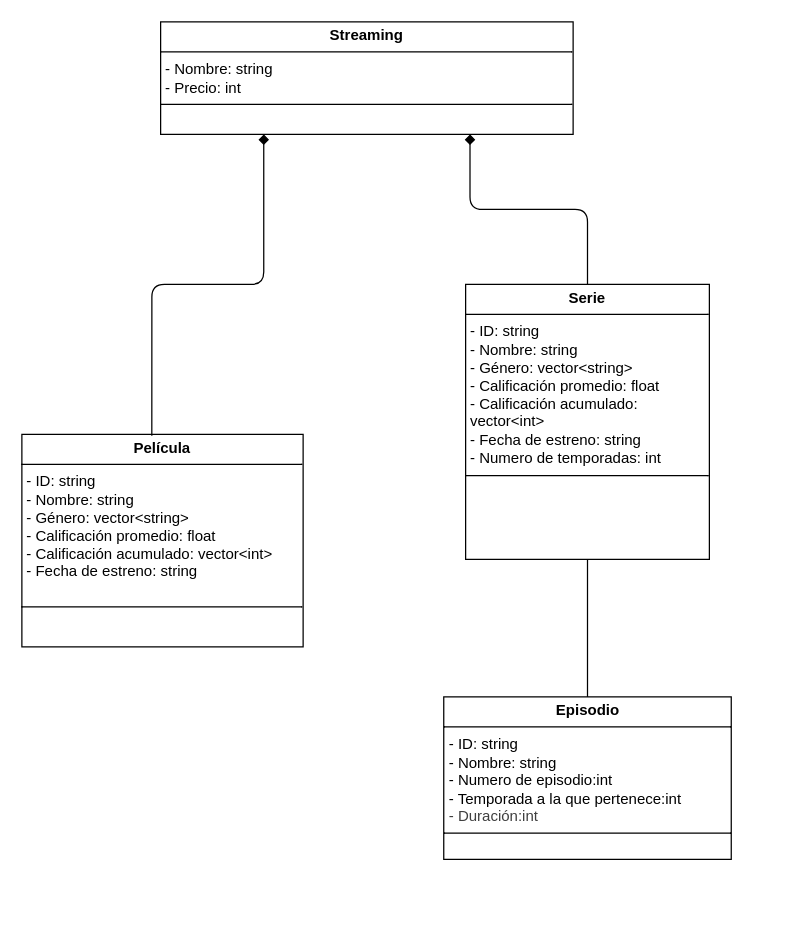
Above: integrador-JuanManuelSanchezVelazquez-main/PrimeraEntrega/version1.drawio in A01802469/Proyecto-POO (draw.io), before the change. Source tidied: cells renumbered, new cells numbered last; positions are measured from the earlier drawing's top-left corner, leaving out a move shared by most shapes. Both pictures are drawn from the tidied source at 125%, with x=0, y=0 at pixel (21, 21).
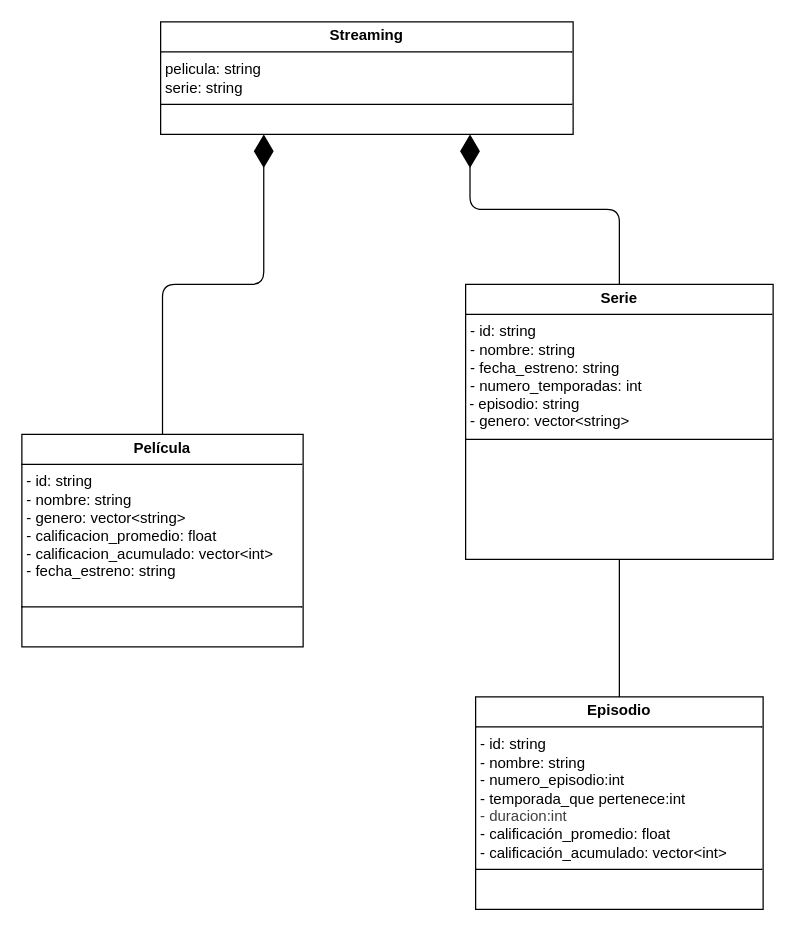
The same page after the edit.

Commit message:
Corrección de ultima revisión

Diff of the diagram source:
```diff
@@
 <mxGraphModel>
   <root>
     <mxCell id="0" />
     <mxCell id="1" parent="0" />
-    <mxCell id="2" value="&lt;p style=&quot;margin:0px;margin-top:4px;text-align:center;&quot;&gt;&lt;b&gt;Streaming&lt;/b&gt;&lt;/p&gt;&lt;hr size=&quot;1&quot; style=&quot;border-style:solid;&quot;&gt;&lt;p style=&quot;margin:0px;margin-left:4px;&quot;&gt;- Nombre: string&lt;/p&gt;&lt;p style=&quot;margin:0px;margin-left:4px;&quot;&gt;- Precio: int&lt;/p&gt;&lt;hr size=&quot;1&quot; style=&quot;border-style:solid;&quot;&gt;&lt;p style=&quot;margin:0px;margin-left:4px;&quot;&gt;&lt;br&gt;&lt;/p&gt;" style="verticalAlign=top;align=left;overflow=fill;html=1;whiteSpace=wrap;" parent="1" vertex="1">
+    <mxCell id="2" value="&lt;p style=&quot;margin:0px;margin-top:4px;text-align:center;&quot;&gt;&lt;b&gt;Streaming&lt;/b&gt;&lt;/p&gt;&lt;hr size=&quot;1&quot; style=&quot;border-style:solid;&quot;&gt;&lt;p style=&quot;margin:0px;margin-left:4px;&quot;&gt;pelicula: string&lt;/p&gt;&lt;p style=&quot;margin:0px;margin-left:4px;&quot;&gt;serie: string&lt;/p&gt;&lt;hr size=&quot;1&quot; style=&quot;border-style:solid;&quot;&gt;&lt;p style=&quot;margin:0px;margin-left:4px;&quot;&gt;&lt;br&gt;&lt;/p&gt;" style="verticalAlign=top;align=left;overflow=fill;html=1;whiteSpace=wrap;" parent="1" vertex="1">
       <mxGeometry x="111" width="330" height="90" as="geometry" />
     </mxCell>
-    <mxCell id="3" value="&lt;p style=&quot;margin:0px;margin-top:4px;text-align:center;&quot;&gt;&lt;b&gt;Serie&lt;/b&gt;&lt;/p&gt;&lt;hr size=&quot;1&quot; style=&quot;border-style:solid;&quot;&gt;&lt;p style=&quot;margin: 0px 0px 0px 4px;&quot;&gt;- ID: string&lt;/p&gt;&lt;p style=&quot;margin: 0px 0px 0px 4px;&quot;&gt;- Nombre: string&lt;/p&gt;&lt;p style=&quot;margin: 0px 0px 0px 4px;&quot;&gt;- Género: vector&amp;lt;string&amp;gt;&lt;/p&gt;&lt;p style=&quot;margin: 0px 0px 0px 4px;&quot;&gt;- Calificación promedio: float&lt;/p&gt;&lt;p style=&quot;margin: 0px 0px 0px 4px;&quot;&gt;- Calificación acumulado: vector&amp;lt;int&amp;gt;&lt;/p&gt;&lt;p style=&quot;margin: 0px 0px 0px 4px;&quot;&gt;- Fecha de estreno: string&lt;/p&gt;&lt;p style=&quot;margin: 0px 0px 0px 4px;&quot;&gt;&lt;span style=&quot;background-color: transparent;&quot;&gt;- Numero de temporadas: int&lt;/span&gt;&lt;/p&gt;&lt;hr size=&quot;1&quot; style=&quot;border-style:solid;&quot;&gt;&lt;p style=&quot;margin:0px;margin-left:4px;&quot;&gt;&lt;br&gt;&lt;/p&gt;" style="verticalAlign=top;align=left;overflow=fill;html=1;whiteSpace=wrap;" parent="1" vertex="1">
-      <mxGeometry x="355" y="210" width="195" height="220" as="geometry" />
+    <mxCell id="3" value="&lt;p style=&quot;margin:0px;margin-top:4px;text-align:center;&quot;&gt;&lt;b&gt;Serie&lt;/b&gt;&lt;/p&gt;&lt;hr size=&quot;1&quot; style=&quot;border-style:solid;&quot;&gt;&lt;p style=&quot;margin: 0px 0px 0px 4px;&quot;&gt;- id: string&lt;/p&gt;&lt;p style=&quot;margin: 0px 0px 0px 4px;&quot;&gt;- nombre: string&lt;/p&gt;&lt;p style=&quot;margin: 0px 0px 0px 4px;&quot;&gt;&lt;span style=&quot;background-color: transparent;&quot;&gt;- fecha_estreno: string&lt;/span&gt;&lt;/p&gt;&lt;p style=&quot;margin: 0px 0px 0px 4px;&quot;&gt;&lt;span style=&quot;background-color: transparent;&quot;&gt;- numero_temporadas: int&lt;/span&gt;&lt;/p&gt;&amp;nbsp;- episodio: string&lt;div&gt;&lt;p style=&quot;margin: 0px 0px 0px 4px;&quot;&gt;- genero: vector&amp;lt;string&amp;gt;&lt;/p&gt;&lt;p style=&quot;margin: 0px 0px 0px 4px;&quot;&gt;&lt;span style=&quot;color: rgb(63, 63, 63);&quot;&gt;&lt;/span&gt;&lt;/p&gt;&lt;hr size=&quot;1&quot; style=&quot;border-style:solid;&quot;&gt;&lt;p style=&quot;margin:0px;margin-left:4px;&quot;&gt;&lt;br&gt;&lt;/p&gt;&lt;/div&gt;" style="verticalAlign=top;align=left;overflow=fill;html=1;whiteSpace=wrap;" parent="1" vertex="1">
+      <mxGeometry x="355" y="210" width="246" height="220" as="geometry" />
     </mxCell>
-    <mxCell id="4" value="&lt;p style=&quot;margin:0px;margin-top:4px;text-align:center;&quot;&gt;&lt;b&gt;Película&lt;/b&gt;&lt;/p&gt;&lt;hr size=&quot;1&quot; style=&quot;border-style:solid;&quot;&gt;&lt;p style=&quot;margin: 0px 0px 0px 4px;&quot;&gt;- ID: string&lt;/p&gt;&lt;p style=&quot;margin: 0px 0px 0px 4px;&quot;&gt;- Nombre: string&lt;/p&gt;&lt;p style=&quot;margin: 0px 0px 0px 4px;&quot;&gt;- Género: vector&amp;lt;string&amp;gt;&lt;/p&gt;&lt;p style=&quot;margin: 0px 0px 0px 4px;&quot;&gt;- Calificación promedio: float&lt;/p&gt;&lt;p style=&quot;margin: 0px 0px 0px 4px;&quot;&gt;- Calificación acumulado: vector&amp;lt;int&amp;gt;&lt;/p&gt;&lt;p style=&quot;margin: 0px 0px 0px 4px;&quot;&gt;- Fecha de estreno: string&lt;/p&gt;&lt;p style=&quot;margin: 0px 0px 0px 4px;&quot;&gt;&lt;br&gt;&lt;/p&gt;&lt;hr size=&quot;1&quot; style=&quot;border-style:solid;&quot;&gt;&lt;p style=&quot;margin:0px;margin-left:4px;&quot;&gt;&lt;br&gt;&lt;/p&gt;" style="verticalAlign=top;align=left;overflow=fill;html=1;whiteSpace=wrap;" parent="1" vertex="1">
+    <mxCell id="4" value="&lt;p style=&quot;margin:0px;margin-top:4px;text-align:center;&quot;&gt;&lt;b&gt;Película&lt;/b&gt;&lt;/p&gt;&lt;hr size=&quot;1&quot; style=&quot;border-style:solid;&quot;&gt;&lt;p style=&quot;margin: 0px 0px 0px 4px;&quot;&gt;- id: string&lt;/p&gt;&lt;p style=&quot;margin: 0px 0px 0px 4px;&quot;&gt;- nombre: string&lt;/p&gt;&lt;p style=&quot;margin: 0px 0px 0px 4px;&quot;&gt;- genero: vector&amp;lt;string&amp;gt;&lt;/p&gt;&lt;p style=&quot;margin: 0px 0px 0px 4px;&quot;&gt;- calificacion_promedio: float&lt;/p&gt;&lt;p style=&quot;margin: 0px 0px 0px 4px;&quot;&gt;- calificacion_acumulado: vector&amp;lt;int&amp;gt;&lt;/p&gt;&lt;p style=&quot;margin: 0px 0px 0px 4px;&quot;&gt;- fecha_estreno: string&lt;/p&gt;&lt;p style=&quot;margin: 0px 0px 0px 4px;&quot;&gt;&lt;br&gt;&lt;/p&gt;&lt;hr size=&quot;1&quot; style=&quot;border-style:solid;&quot;&gt;&lt;p style=&quot;margin:0px;margin-left:4px;&quot;&gt;&lt;br&gt;&lt;/p&gt;" style="verticalAlign=top;align=left;overflow=fill;html=1;whiteSpace=wrap;" parent="1" vertex="1">
       <mxGeometry y="330" width="225" height="170" as="geometry" />
     </mxCell>
-    <mxCell id="5" value="&lt;p style=&quot;margin:0px;margin-top:4px;text-align:center;&quot;&gt;&lt;b&gt;Episodio&lt;/b&gt;&lt;/p&gt;&lt;hr size=&quot;1&quot; style=&quot;border-style:solid;&quot;&gt;&lt;p style=&quot;margin:0px;margin-left:4px;&quot;&gt;- ID: string&lt;/p&gt;&lt;p style=&quot;margin:0px;margin-left:4px;&quot;&gt;- Nombre: string&lt;/p&gt;&lt;p style=&quot;margin:0px;margin-left:4px;&quot;&gt;- Numero de episodio:int&lt;/p&gt;&lt;p style=&quot;margin:0px;margin-left:4px;&quot;&gt;- Temporada a la que pertenece:int&lt;/p&gt;&lt;p style=&quot;margin:0px;margin-left:4px;&quot;&gt;&lt;span style=&quot;color: rgb(63, 63, 63);&quot;&gt;- Duración:int&lt;/span&gt;&lt;/p&gt;&lt;hr size=&quot;1&quot; style=&quot;border-style:solid;&quot;&gt;&lt;p style=&quot;margin:0px;margin-left:4px;&quot;&gt;&lt;br&gt;&lt;/p&gt;" style="verticalAlign=top;align=left;overflow=fill;html=1;whiteSpace=wrap;" parent="1" vertex="1">
-      <mxGeometry x="337.5" y="540" width="230" height="130" as="geometry" />
+    <mxCell id="5" value="&lt;p style=&quot;margin:0px;margin-top:4px;text-align:center;&quot;&gt;&lt;b&gt;Episodio&lt;/b&gt;&lt;/p&gt;&lt;hr size=&quot;1&quot; style=&quot;border-style:solid;&quot;&gt;&lt;p style=&quot;margin:0px;margin-left:4px;&quot;&gt;- id: string&lt;/p&gt;&lt;p style=&quot;margin:0px;margin-left:4px;&quot;&gt;- nombre: string&lt;/p&gt;&lt;p style=&quot;margin:0px;margin-left:4px;&quot;&gt;- numero_episodio:int&lt;/p&gt;&lt;p style=&quot;margin:0px;margin-left:4px;&quot;&gt;- temporada_que pertenece:int&lt;/p&gt;&lt;p style=&quot;margin:0px;margin-left:4px;&quot;&gt;&lt;span style=&quot;color: rgb(63, 63, 63);&quot;&gt;- duracion:int&lt;/span&gt;&lt;/p&gt;&lt;p style=&quot;margin: 0px 0px 0px 4px;&quot;&gt;&lt;span style=&quot;background-color: transparent;&quot;&gt;- calificación_promedio: float&lt;/span&gt;&lt;/p&gt;&lt;p style=&quot;margin: 0px 0px 0px 4px;&quot;&gt;&lt;span style=&quot;background-color: transparent;&quot;&gt;- calificación_acumulado: vector&amp;lt;int&amp;gt;&lt;/span&gt;&lt;/p&gt;&lt;hr size=&quot;1&quot; style=&quot;border-style:solid;&quot;&gt;&lt;p style=&quot;margin:0px;margin-left:4px;&quot;&gt;&lt;br&gt;&lt;/p&gt;" style="verticalAlign=top;align=left;overflow=fill;html=1;whiteSpace=wrap;" parent="1" vertex="1">
+      <mxGeometry x="363" y="540" width="230" height="170" as="geometry" />
     </mxCell>
     <mxCell id="6" style="edgeStyle=none;html=1;endArrow=none;endFill=0;exitX=0.5;exitY=0;exitDx=0;exitDy=0;" parent="1" edge="1" source="5" target="3">
       <mxGeometry relative="1" as="geometry" />
     </mxCell>
-    <mxCell id="7" style="edgeStyle=orthogonalEdgeStyle;html=1;endArrow=diamond;endFill=1;exitX=0.462;exitY=0.006;exitDx=0;exitDy=0;exitPerimeter=0;entryX=0.25;entryY=1;entryDx=0;entryDy=0;" parent="1" edge="1" source="4" target="2">
-      <mxGeometry relative="1" as="geometry" />
-    </mxCell>
-    <mxCell id="8" style="edgeStyle=orthogonalEdgeStyle;html=1;endArrow=diamond;endFill=1;exitX=0.5;exitY=0;exitDx=0;exitDy=0;entryX=0.75;entryY=1;entryDx=0;entryDy=0;" parent="1" edge="1" source="3" target="2">
+    <mxCell id="8" style="endArrow=diamondThin;endFill=1;endSize=24;html=1;entryX=0.25;entryY=1;entryDx=0;entryDy=0;exitX=0.5;exitY=0;exitDx=0;exitDy=0;edgeStyle=orthogonalEdgeStyle;" parent="1" edge="1" source="4" target="2">
       <mxGeometry relative="1" as="geometry" />
     </mxCell>
+    <mxCell id="9" style="endArrow=diamondThin;endFill=1;endSize=24;html=1;entryX=0.75;entryY=1;entryDx=0;entryDy=0;exitX=0.5;exitY=0;exitDx=0;exitDy=0;edgeStyle=orthogonalEdgeStyle;" parent="1" edge="1" source="3" target="2">
+      <mxGeometry relative="1" as="geometry" />
+    </mxCell>
   </root>
 </mxGraphModel>
```
